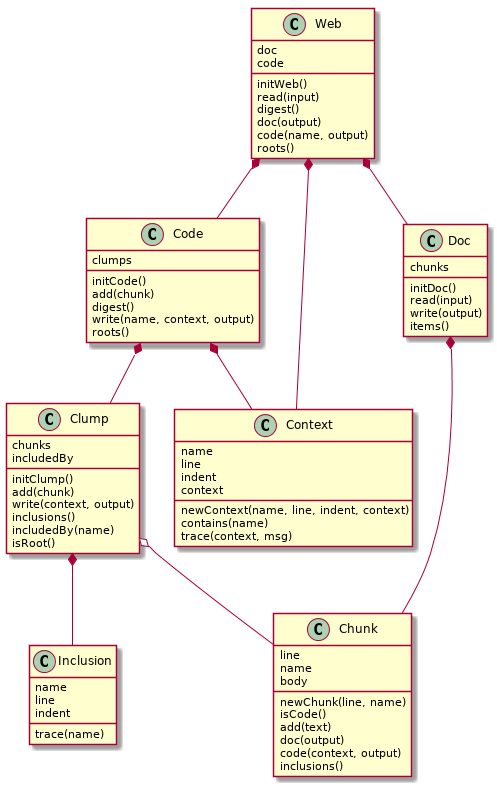
The PlantUML diagram inline_umlgraph_1.png in colinc904/wangle, before a commit. The source it was exported from:
```plantuml
@startuml
class Chunk {
  line
  name
  body
  newChunk(line, name)
  isCode()
  add(text)
  doc(output)
  code(context, output)
  inclusions()
}

class Clump {
  chunks
  includedBy
  initClump()
  add(chunk)
  write(context, output)
  inclusions()
  includedBy(name)
  isRoot()
}

class Code {
  clumps
  initCode()
  add(chunk)
  digest()
  write(name, context, output)
  roots()
}

class Context {
  name
  line
  indent
  context
  newContext(name, line, indent, context)
  contains(name)
  trace(context, msg)
}

class Doc {
  chunks
  initDoc()
  read(input)
  write(output)
  items()
}

class Inclusion {
  name
  line
  indent
  trace(name)
}

class Web {
  doc
  code
  initWeb()
  read(input)
  digest()
  doc(output)
  code(name, output)
  roots()
}

Clump o-- Chunk
Clump *-- Inclusion

Code *-- Clump
Code *-- Context

Doc *-- Chunk

Web *-- Code

Web *-- Doc
Web *-- Context
@enduml
```
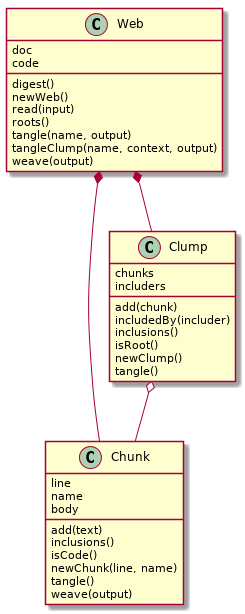
Above is the later version.

What changed in the source:
```diff
@@ -3,80 +3,39 @@
   line
   name
   body
+  add(text)
+  inclusions()
+  isCode()
   newChunk(line, name)
-  isCode()
-  add(text)
-  doc(output)
-  code(context, output)
-  inclusions()
+  tangle()
+  weave(output)
 }
 
 class Clump {
   chunks
-  includedBy
-  initClump()
+  includers
   add(chunk)
-  write(context, output)
+  includedBy(includer)
   inclusions()
-  includedBy(name)
   isRoot()
-}
-
-class Code {
-  clumps
-  initCode()
-  add(chunk)
-  digest()
-  write(name, context, output)
-  roots()
-}
-
-class Context {
-  name
-  line
-  indent
-  context
-  newContext(name, line, indent, context)
-  contains(name)
-  trace(context, msg)
-}
-
-class Doc {
-  chunks
-  initDoc()
-  read(input)
-  write(output)
-  items()
-}
-
-class Inclusion {
-  name
-  line
-  indent
-  trace(name)
+  newClump()
+  tangle()
 }
 
 class Web {
   doc
   code
-  initWeb()
+  digest()
+  newWeb()
   read(input)
-  digest()
-  doc(output)
-  code(name, output)
   roots()
+  tangle(name, output)
+  tangleClump(name, context, output)
+  weave(output)
 }
 
 Clump o-- Chunk
-Clump *-- Inclusion
 
-Code *-- Clump
-Code *-- Context
-
-Doc *-- Chunk
-
-Web *-- Code
-
-Web *-- Doc
-Web *-- Context
+Web *-- Clump
+Web *-- Chunk
 @enduml
```
